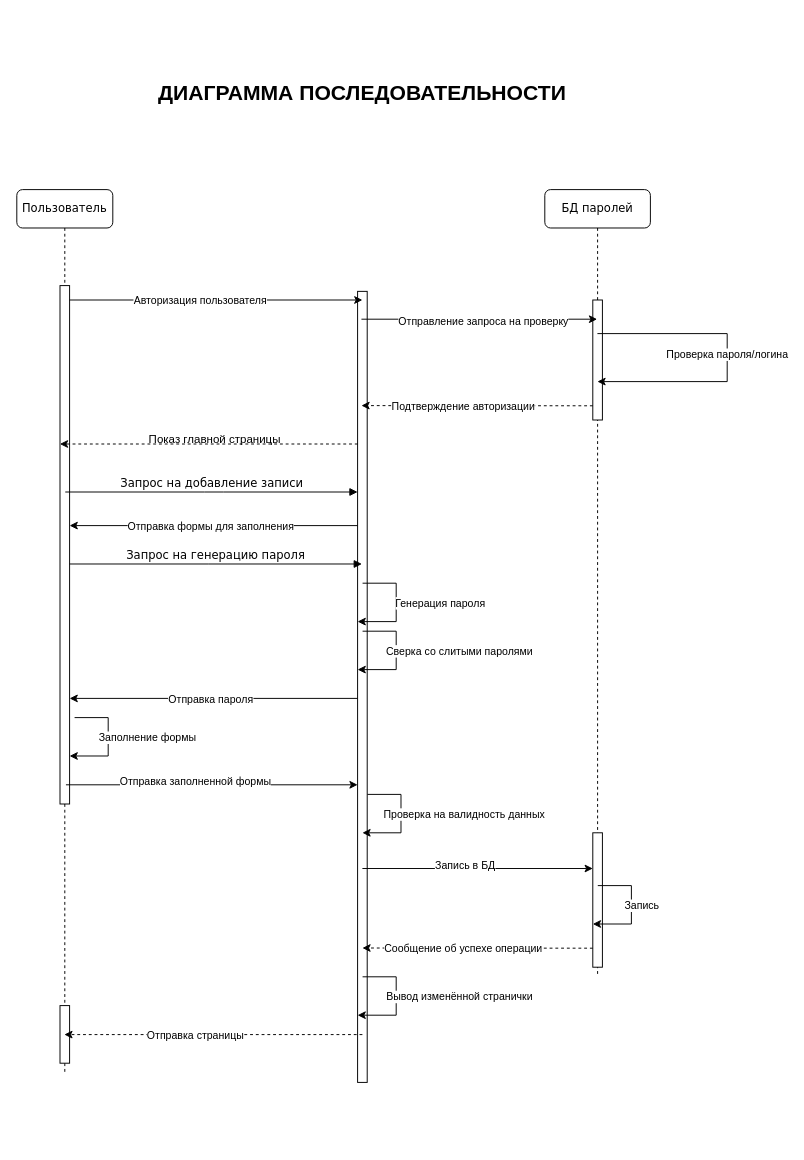
Before: последовательности.drawio in 4aRm5/password_manager_app, a draw.io diagram. Source tidied: cells renumbered, new cells numbered last; positions are measured from the earlier drawing's top-left corner, leaving out a move shared by most shapes. Both pictures are drawn from the tidied source at 96%, with x=0, y=0 at pixel (16, 16).
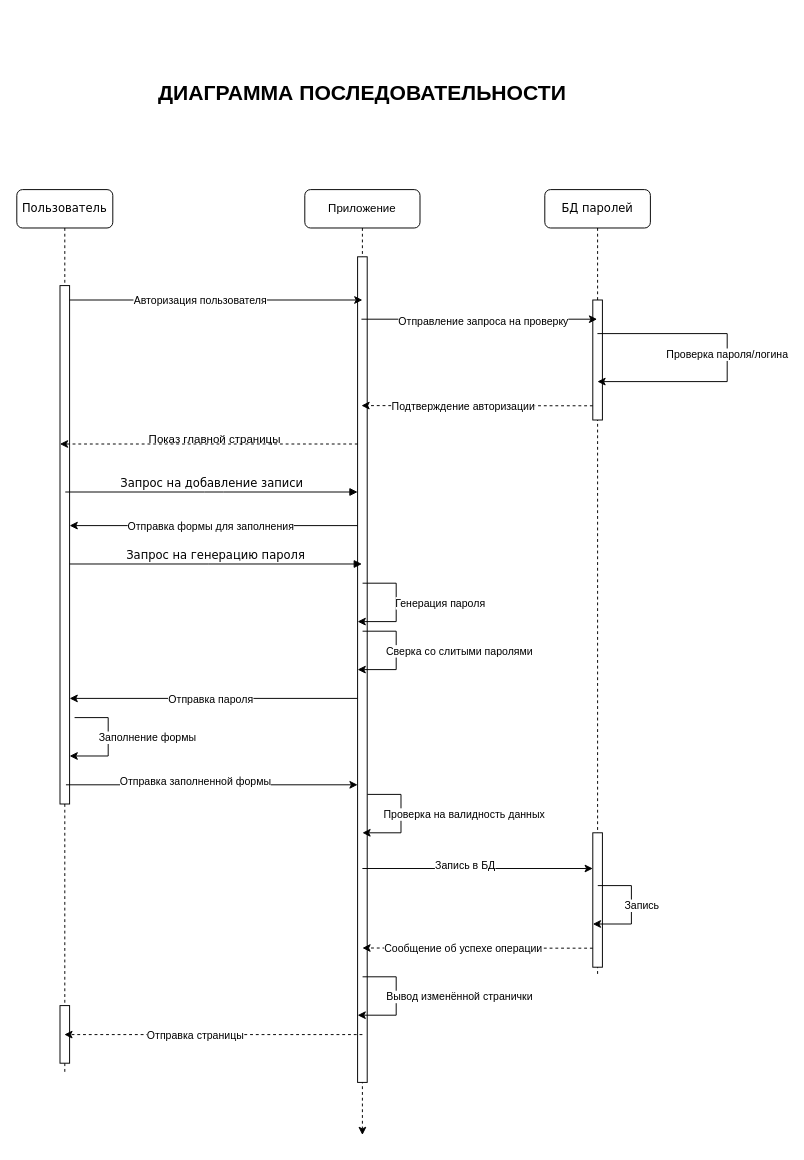
After the change.

Commit message:
Изменение Диаграммы последовательности

Diff of the diagram source:
```diff
@@
+    <mxCell id="46" style="edgeStyle=orthogonalEdgeStyle;rounded=0;jettySize=auto;html=1;dashed=1;" parent="1" edge="1" source="47">
+      <mxGeometry relative="1" as="geometry">
+        <mxPoint x="360" y="1164.8" as="targetPoint" />
+      </mxGeometry>
+    </mxCell>
     <mxCell id="2" style="html=1;points=[];perimeter=orthogonalPerimeter;rounded=0;shadow=0;comic=0;labelBackgroundColor=none;strokeWidth=1;fontFamily=Verdana;fontSize=12;align=center;" parent="1" vertex="1">
-      <mxGeometry x="355" y="286" width="10" height="824" as="geometry" />
+      <mxGeometry x="355" y="250" width="10" height="860" as="geometry" />
     </mxCell>
@@
+    <mxCell id="47" value="Приложение" style="rounded=1;whiteSpace=wrap;html=1;" parent="1" vertex="1">
+      <mxGeometry x="300" y="180" width="120" height="40" as="geometry" />
+    </mxCell>
```
